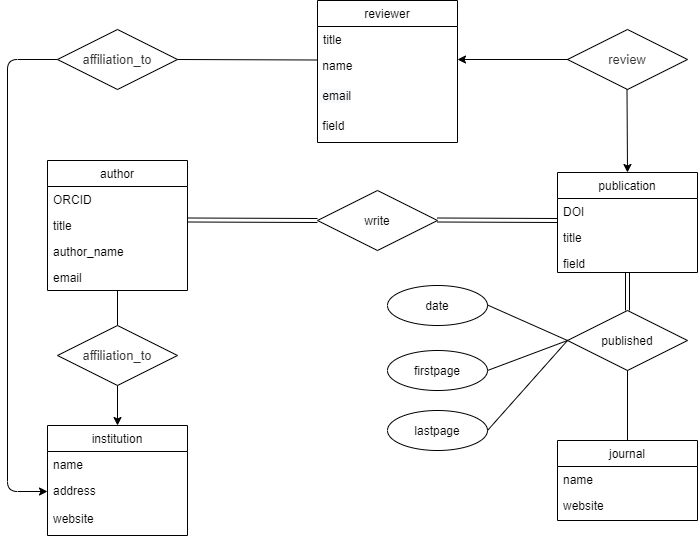
Before: Untitled Diagram.png, a diagram exported from draw.io (impulseoy/learnGit). Source tidied: cells renumbered, new cells last; positions are measured from the earlier drawing's top-left corner, leaving out a move shared by most shapes.
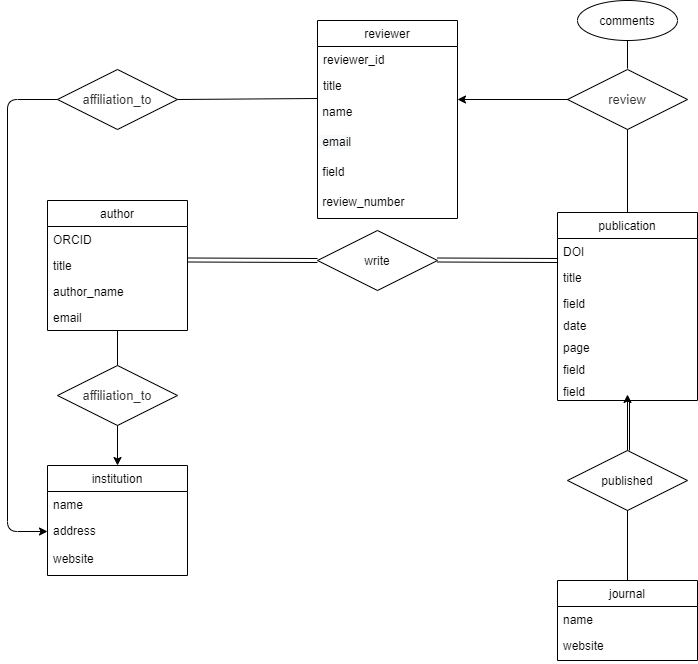
After the change.

The edit, as a diff of the source:
```diff
@@ -3,7 +3,7 @@
     <mxCell id="0" />
     <mxCell id="1" parent="0" />
     <mxCell id="2" value="publication" style="swimlane;fontStyle=0;horizontal=1;startSize=26;fillColor=none;" parent="1" vertex="1">
-      <mxGeometry x="550" y="172" width="140" height="100" as="geometry" />
+      <mxGeometry x="550" y="172" width="140" height="188" as="geometry" />
     </mxCell>
     <mxCell id="3" value="DOI" style="text;strokeColor=none;fillColor=none;align=left;verticalAlign=top;spacingLeft=4;spacingRight=4;overflow=hidden;" parent="2" vertex="1">
       <mxGeometry y="26" width="140" height="26" as="geometry" />
@@ -14,6 +14,18 @@
     <mxCell id="5" value="field" style="text;strokeColor=none;fillColor=none;align=left;verticalAlign=top;spacingLeft=4;spacingRight=4;overflow=hidden;points=[[0,0.5],[1,0.5]];portConstraint=eastwest;" parent="2" vertex="1">
       <mxGeometry y="78" width="140" height="22" as="geometry" />
     </mxCell>
+    <mxCell id="29" value="date" style="text;strokeColor=none;fillColor=none;align=left;verticalAlign=top;spacingLeft=4;spacingRight=4;overflow=hidden;" parent="2" vertex="1">
+      <mxGeometry y="100" width="140" height="22" as="geometry" />
+    </mxCell>
+    <mxCell id="44" value="page" style="text;strokeColor=none;fillColor=none;align=left;verticalAlign=top;spacingLeft=4;spacingRight=4;overflow=hidden;" parent="2" vertex="1">
+      <mxGeometry y="122" width="140" height="22" as="geometry" />
+    </mxCell>
+    <mxCell id="45" value="field" style="text;strokeColor=none;fillColor=none;align=left;verticalAlign=top;spacingLeft=4;spacingRight=4;overflow=hidden;" parent="2" vertex="1">
+      <mxGeometry y="144" width="140" height="22" as="geometry" />
+    </mxCell>
+    <mxCell id="46" value="field" style="text;strokeColor=none;fillColor=none;align=left;verticalAlign=top;spacingLeft=4;spacingRight=4;overflow=hidden;" parent="2" vertex="1">
+      <mxGeometry y="166" width="140" height="22" as="geometry" />
+    </mxCell>
     <mxCell id="6" value="author" style="swimlane;fontStyle=0;horizontal=1;startSize=26;fillColor=none;" parent="1" vertex="1">
       <mxGeometry x="40" y="160" width="140" height="130" as="geometry" />
     </mxCell>
@@ -44,7 +56,7 @@
       </mxGeometry>
     </mxCell>
     <mxCell id="14" value="journal" style="swimlane;fontStyle=0;horizontal=1;startSize=26;fillColor=none;" parent="1" vertex="1">
-      <mxGeometry x="550" y="440" width="140" height="80" as="geometry" />
+      <mxGeometry x="550" y="540" width="140" height="80" as="geometry" />
     </mxCell>
     <mxCell id="15" value="name" style="text;strokeColor=none;fillColor=none;align=left;verticalAlign=top;spacingLeft=4;spacingRight=4;overflow=hidden;" parent="14" vertex="1">
       <mxGeometry y="26" width="140" height="26" as="geometry" />
@@ -65,58 +77,35 @@
       <mxGeometry y="80" width="140" height="30" as="geometry" />
     </mxCell>
     <mxCell id="21" value="reviewer" style="swimlane;fontStyle=0;horizontal=1;startSize=26;fillColor=none;" parent="1" vertex="1">
-      <mxGeometry x="310" width="140" height="142" as="geometry" />
+      <mxGeometry x="310" y="-20" width="140" height="198" as="geometry" />
     </mxCell>
+    <mxCell id="47" value="reviewer_id" style="text;strokeColor=none;fillColor=none;align=left;verticalAlign=top;spacingLeft=4;spacingRight=4;overflow=hidden;" parent="21" vertex="1">
+      <mxGeometry y="26" width="140" height="26" as="geometry" />
+    </mxCell>
     <mxCell id="22" value="title" style="text;strokeColor=none;fillColor=none;align=left;verticalAlign=top;spacingLeft=4;spacingRight=4;overflow=hidden;" parent="21" vertex="1">
-      <mxGeometry y="26" width="140" height="26" as="geometry" />
+      <mxGeometry y="52" width="140" height="26" as="geometry" />
     </mxCell>
     <mxCell id="23" value="&lt;font face=&quot;helvetica&quot;&gt;&amp;nbsp;name&lt;/font&gt;" style="text;whiteSpace=wrap;html=1;" parent="21" vertex="1">
-      <mxGeometry y="52" width="140" height="30" as="geometry" />
+      <mxGeometry y="78" width="140" height="30" as="geometry" />
     </mxCell>
     <mxCell id="24" value="&lt;span style=&quot;color: rgb(0 , 0 , 0) ; font-family: &amp;#34;helvetica&amp;#34; ; font-size: 12px ; font-style: normal ; font-weight: 400 ; letter-spacing: normal ; text-align: left ; text-indent: 0px ; text-transform: none ; word-spacing: 0px ; background-color: rgb(248 , 249 , 250) ; display: inline ; float: none&quot;&gt;&amp;nbsp;email&lt;/span&gt;" style="text;whiteSpace=wrap;html=1;" parent="21" vertex="1">
-      <mxGeometry y="82" width="140" height="30" as="geometry" />
+      <mxGeometry y="108" width="140" height="30" as="geometry" />
     </mxCell>
     <mxCell id="25" value="&lt;font face=&quot;helvetica&quot;&gt;&amp;nbsp;field&lt;/font&gt;" style="text;whiteSpace=wrap;html=1;" parent="21" vertex="1">
-      <mxGeometry y="112" width="140" height="30" as="geometry" />
+      <mxGeometry y="138" width="140" height="30" as="geometry" />
     </mxCell>
+    <mxCell id="48" value="&lt;font face=&quot;helvetica&quot;&gt;&amp;nbsp;review_number&lt;/font&gt;" style="text;whiteSpace=wrap;html=1;" parent="21" vertex="1">
+      <mxGeometry y="168" width="140" height="30" as="geometry" />
+    </mxCell>
     <mxCell id="26" value="published" style="shape=rhombus;perimeter=rhombusPerimeter;whiteSpace=wrap;html=1;align=center;" parent="1" vertex="1">
-      <mxGeometry x="560" y="310" width="120" height="60" as="geometry" />
+      <mxGeometry x="560" y="410" width="120" height="60" as="geometry" />
     </mxCell>
-    <mxCell id="27" style="shape=link;html=1;rounded=0;" parent="1" edge="1" target="5">
-      <mxGeometry relative="1" as="geometry">
-        <mxPoint x="620" y="310" as="sourcePoint" />
-      </mxGeometry>
-    </mxCell>
-    <mxCell id="28" style="endArrow=none;html=1;rounded=0;exitX=0.5;exitY=0;exitDx=0;exitDy=0;" parent="1" edge="1" source="14">
-      <mxGeometry relative="1" as="geometry">
-        <mxPoint x="620" y="370" as="targetPoint" />
-      </mxGeometry>
+    <mxCell id="28" style="endArrow=none;html=1;rounded=0;exitX=0.5;exitY=0;exitDx=0;exitDy=0;entryX=0.5;entryY=1;entryDx=0;entryDy=0;" parent="1" edge="1" source="14" target="26">
+      <mxGeometry relative="1" as="geometry" />
     </mxCell>
-    <mxCell id="29" value="date" style="ellipse;whiteSpace=wrap;html=1;align=center;" parent="1" vertex="1">
-      <mxGeometry x="380" y="285" width="100" height="40" as="geometry" />
-    </mxCell>
-    <mxCell id="30" value="firstpage" style="ellipse;whiteSpace=wrap;html=1;align=center;" parent="1" vertex="1">
-      <mxGeometry x="380" y="350" width="100" height="40" as="geometry" />
-    </mxCell>
-    <mxCell id="31" value="lastpage" style="ellipse;whiteSpace=wrap;html=1;align=center;" parent="1" vertex="1">
-      <mxGeometry x="380" y="410" width="100" height="40" as="geometry" />
+    <mxCell id="31" value="comments" style="ellipse;whiteSpace=wrap;html=1;align=center;" parent="1" vertex="1">
+      <mxGeometry x="570" y="-40" width="100" height="40" as="geometry" />
     </mxCell>
-    <mxCell id="32" style="endArrow=none;html=1;rounded=0;entryX=0;entryY=0.5;entryDx=0;entryDy=0;" parent="1" edge="1" target="26">
-      <mxGeometry relative="1" as="geometry">
-        <mxPoint x="480" y="304.5" as="sourcePoint" />
-      </mxGeometry>
-    </mxCell>
-    <mxCell id="33" style="endArrow=none;html=1;rounded=0;entryX=0;entryY=0.5;entryDx=0;entryDy=0;" parent="1" edge="1" target="26">
-      <mxGeometry relative="1" as="geometry">
-        <mxPoint x="480" y="370" as="sourcePoint" />
-      </mxGeometry>
-    </mxCell>
-    <mxCell id="34" style="endArrow=none;html=1;rounded=0;" parent="1" edge="1">
-      <mxGeometry relative="1" as="geometry">
-        <mxPoint x="480" y="430" as="sourcePoint" />
-        <mxPoint x="560" y="340" as="targetPoint" />
-      </mxGeometry>
-    </mxCell>
     <mxCell id="35" value="&lt;span style=&quot;color: rgb(51 , 51 , 51) ; font-family: &amp;#34;arial&amp;#34; , sans-serif ; font-size: 13px ; background-color: rgb(255 , 255 , 255)&quot;&gt;affiliation_to&lt;/span&gt;" style="shape=rhombus;perimeter=rhombusPerimeter;whiteSpace=wrap;html=1;align=center;" parent="1" vertex="1">
       <mxGeometry x="50" y="325" width="120" height="60" as="geometry" />
     </mxCell>
@@ -132,7 +121,7 @@
     <mxCell id="38" value="&lt;span style=&quot;color: rgb(51 , 51 , 51) ; font-family: &amp;#34;arial&amp;#34; , sans-serif ; font-size: 13px ; background-color: rgb(255 , 255 , 255)&quot;&gt;affiliation_to&lt;/span&gt;" style="shape=rhombus;perimeter=rhombusPerimeter;whiteSpace=wrap;html=1;align=center;" parent="1" vertex="1">
       <mxGeometry x="50" y="29" width="120" height="60" as="geometry" />
     </mxCell>
-    <mxCell id="39" style="endArrow=none;html=1;rounded=0;exitX=1;exitY=0.5;exitDx=0;exitDy=0;entryX=0;entryY=0.25;entryDx=0;entryDy=0;" parent="1" edge="1" source="38" target="23">
+    <mxCell id="39" value="&lt;span style=&quot;color: rgba(0 , 0 , 0 , 0) ; font-family: monospace ; font-size: 0px ; background-color: rgb(248 , 249 , 250)&quot;&gt;%3CmxGraphModel%3E%3Croot%3E%3CmxCell%20id%3D%220%22%2F%3E%3CmxCell%20id%3D%221%22%20parent%3D%220%22%2F%3E%3CmxCell%20id%3D%222%22%20value%3D%22%22%20style%3D%22endArrow%3Dnone%3Bhtml%3D1%3Brounded%3D0%3BexitX%3D1%3BexitY%3D0.5%3BexitDx%3D0%3BexitDy%3D0%3BentryX%3D0%3BentryY%3D0%3BentryDx%3D0%3BentryDy%3D0%3B%22%20edge%3D%221%22%20parent%3D%221%22%3E%3CmxGeometry%20relative%3D%221%22%20as%3D%22geometry%22%3E%3CmxPoint%20x%3D%22250%22%20y%3D%22359%22%20as%3D%22sourcePoint%22%2F%3E%3CmxPoint%20x%3D%22390%22%20y%3D%22358%22%20as%3D%22targetPoint%22%2F%3E%3C%2FmxGeometry%3E%3C%2FmxCell%3E%3C%2Froot%3E%3C%2FmxGraphModel%3E&lt;/span&gt;" style="endArrow=none;html=1;rounded=0;exitX=1;exitY=0.5;exitDx=0;exitDy=0;entryX=0;entryY=0;entryDx=0;entryDy=0;" parent="1" edge="1" source="38" target="23">
       <mxGeometry relative="1" as="geometry" />
     </mxCell>
     <mxCell id="40" style="endArrow=classic;html=1;exitX=0;exitY=0.5;exitDx=0;exitDy=0;entryX=0;entryY=0.5;entryDx=0;entryDy=0;" parent="1" edge="1" source="38" target="19">
@@ -152,10 +141,26 @@
         <mxPoint x="450" y="59" as="targetPoint" />
       </mxGeometry>
     </mxCell>
-    <mxCell id="43" style="endArrow=classic;html=1;exitX=0.5;exitY=1;exitDx=0;exitDy=0;entryX=0.5;entryY=0;entryDx=0;entryDy=0;" parent="1" edge="1" target="2">
-      <mxGeometry relative="1" as="geometry">
-        <mxPoint x="619.5" y="89" as="sourcePoint" />
-      </mxGeometry>
-    </mxCell>
+    <mxCell id="49" style="endArrow=classic;html=1;exitX=0.5;exitY=0;exitDx=0;exitDy=0;" parent="1" edge="1" source="26">
+      <mxGeometry relative="1" as="geometry">
+        <mxPoint x="620" y="354" as="targetPoint" />
+      </mxGeometry>
+    </mxCell>
+    <mxCell id="50" style="endArrow=none;html=1;" parent="1" edge="1">
+      <mxGeometry relative="1" as="geometry">
+        <mxPoint x="622" y="410" as="sourcePoint" />
+        <mxPoint x="622" y="360" as="targetPoint" />
+      </mxGeometry>
+    </mxCell>
+    <mxCell id="51" value="&lt;span style=&quot;color: rgba(0 , 0 , 0 , 0) ; font-family: monospace ; font-size: 0px ; background-color: rgb(248 , 249 , 250)&quot;&gt;%3CmxGraphModel%3E%3Croot%3E%3CmxCell%20id%3D%220%22%2F%3E%3CmxCell%20id%3D%221%22%20parent%3D%220%22%2F%3E%3CmxCell%20id%3D%222%22%20value%3D%22%22%20style%3D%22endArrow%3Dnone%3Bhtml%3D1%3Brounded%3D0%3BexitX%3D1%3BexitY%3D0.5%3BexitDx%3D0%3BexitDy%3D0%3BentryX%3D0%3BentryY%3D0%3BentryDx%3D0%3BentryDy%3D0%3B%22%20edge%3D%221%22%20parent%3D%221%22%3E%3CmxGeometry%20relative%3D%221%22%20as%3D%22geometry%22%3E%3CmxPoint%20x%3D%22250%22%20y%3D%22359%22%20as%3D%22sourcePoint%22%2F%3E%3CmxPoint%20x%3D%22390%22%20y%3D%22358%22%20as%3D%22targetPoint%22%2F%3E%3C%2FmxGeometry%3E%3C%2FmxCell%3E%3C%2Froot%3E%3C%2FmxGraphModel%3E&lt;/span&gt;" style="endArrow=none;html=1;rounded=0;exitX=0.5;exitY=0;exitDx=0;exitDy=0;entryX=0;entryY=0;entryDx=0;entryDy=0;" parent="1" edge="1" source="2">
+      <mxGeometry relative="1" as="geometry">
+        <mxPoint x="620" y="89" as="targetPoint" />
+      </mxGeometry>
+    </mxCell>
+    <mxCell id="52" value="&lt;span style=&quot;color: rgba(0 , 0 , 0 , 0) ; font-family: monospace ; font-size: 0px ; background-color: rgb(248 , 249 , 250)&quot;&gt;%3CmxGraphModel%3E%3Croot%3E%3CmxCell%20id%3D%220%22%2F%3E%3CmxCell%20id%3D%221%22%20parent%3D%220%22%2F%3E%3CmxCell%20id%3D%222%22%20value%3D%22%22%20style%3D%22endArrow%3Dnone%3Bhtml%3D1%3Brounded%3D0%3BexitX%3D1%3BexitY%3D0.5%3BexitDx%3D0%3BexitDy%3D0%3BentryX%3D0%3BentryY%3D0%3BentryDx%3D0%3BentryDy%3D0%3B%22%20edge%3D%221%22%20parent%3D%221%22%3E%3CmxGeometry%20relative%3D%221%22%20as%3D%22geometry%22%3E%3CmxPoint%20x%3D%22250%22%20y%3D%22359%22%20as%3D%22sourcePoint%22%2F%3E%3CmxPoint%20x%3D%22390%22%20y%3D%22358%22%20as%3D%22targetPoint%22%2F%3E%3C%2FmxGeometry%3E%3C%2FmxCell%3E%3C%2Froot%3E%3C%2FmxGraphModel%3E&lt;/span&gt;" style="endArrow=none;html=1;rounded=0;exitX=0.5;exitY=1;exitDx=0;exitDy=0;" parent="1" edge="1" source="31">
+      <mxGeometry relative="1" as="geometry">
+        <mxPoint x="620" y="28" as="targetPoint" />
+      </mxGeometry>
+    </mxCell>
   </root>
 </mxGraphModel>
```
